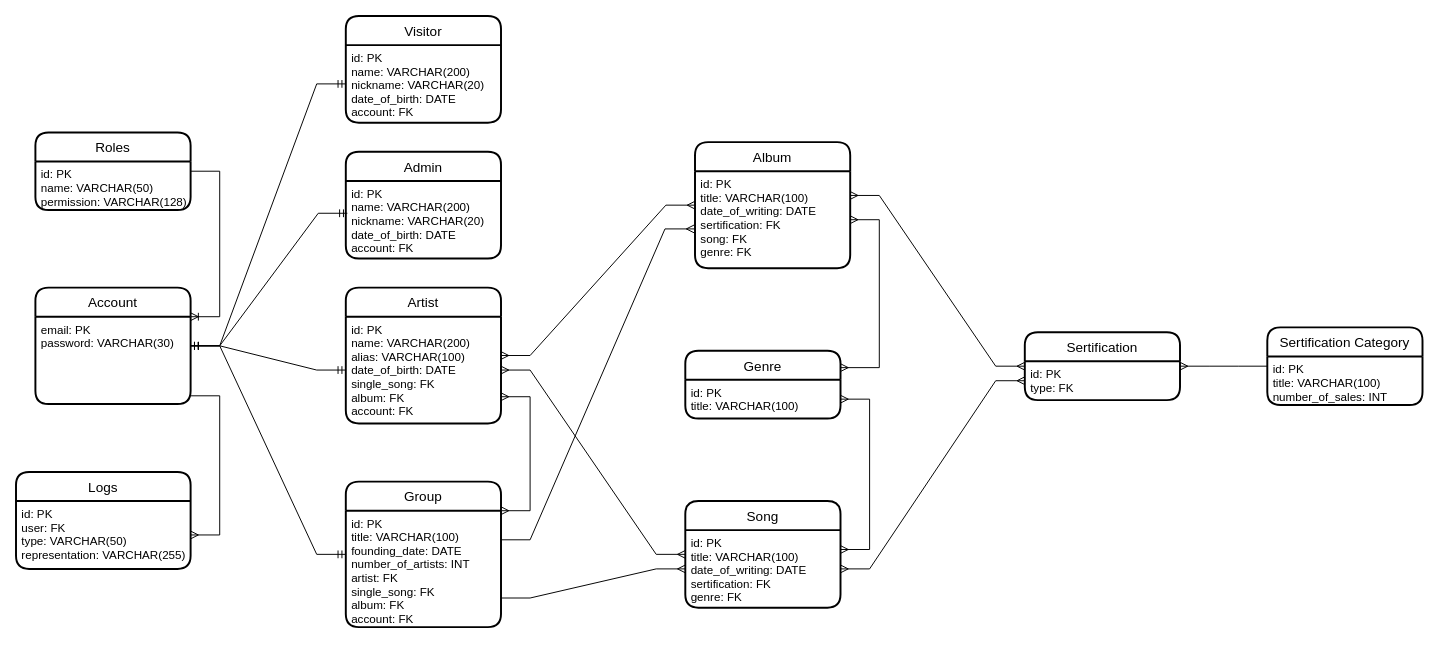
Earlier version of the draw.io diagram SchemeDB.drawio (whiteicq/DB-Labs-2022). Source tidied: cells renumbered, new cells numbered last; positions are measured from the earlier drawing's top-left corner, leaving out a move shared by most shapes. Both pictures are drawn from the tidied source at 97%, with x=0, y=0 at pixel (16, 16).
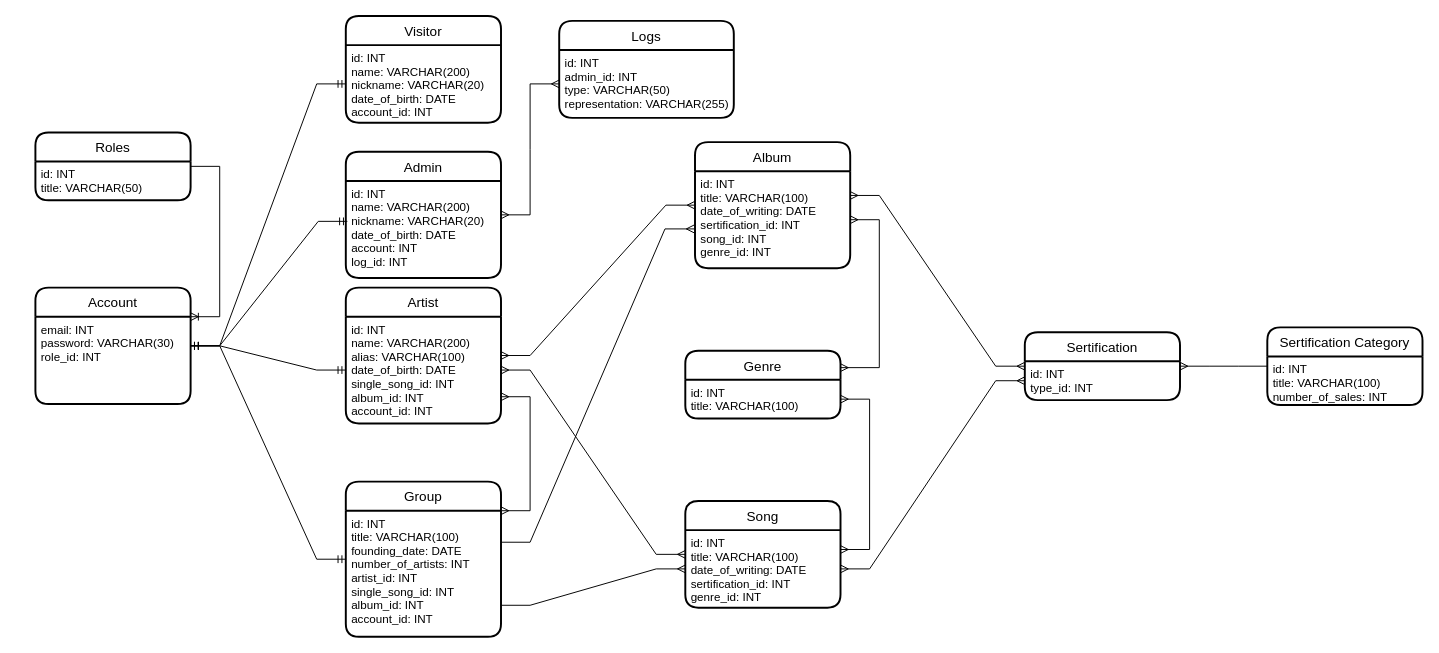
After the change.

Unchanged cells that the change refers to:
```xml
<mxCell id="2" value="Visitor" style="swimlane;horizontal=1;startSize=30;rounded=1;fontSize=14;fontStyle=0;strokeWidth=2;shadow=0;dashed=0;align=center;" parent="1" vertex="1">
  <mxGeometry x="340" width="160" height="110" as="geometry" />
</mxCell>
<mxCell id="4" value="Artist" style="swimlane;horizontal=1;startSize=30;rounded=1;fontSize=14;fontStyle=0;strokeWidth=2;shadow=0;dashed=0;align=center;" parent="1" vertex="1">
  <mxGeometry x="340" y="280" width="160" height="140" as="geometry" />
</mxCell>
<mxCell id="10" value="Album" style="swimlane;horizontal=1;startSize=30;rounded=1;fontSize=14;fontStyle=0;strokeWidth=2;shadow=0;dashed=0;align=center;" parent="1" vertex="1">
  <mxGeometry x="700" y="130" width="160" height="130" as="geometry" />
</mxCell>
<mxCell id="12" value="Song" style="swimlane;horizontal=1;startSize=30;rounded=1;fontSize=14;fontStyle=0;strokeWidth=2;shadow=0;dashed=0;align=center;" parent="1" vertex="1">
  <mxGeometry x="690" y="500" width="160" height="110" as="geometry" />
</mxCell>
<mxCell id="14" value="Genre" style="swimlane;horizontal=1;startSize=30;rounded=1;fontSize=14;fontStyle=0;strokeWidth=2;shadow=0;dashed=0;align=center;" parent="1" vertex="1">
  <mxGeometry x="690" y="345" width="160" height="70" as="geometry" />
</mxCell>
<mxCell id="16" value="Sertification" style="swimlane;horizontal=1;startSize=30;rounded=1;fontSize=14;fontStyle=0;strokeWidth=2;shadow=0;dashed=0;align=center;" parent="1" vertex="1">
  <mxGeometry x="1040" y="326" width="160" height="70" as="geometry" />
</mxCell>
<mxCell id="18" value="Sertification Category" style="swimlane;horizontal=1;startSize=30;rounded=1;fontSize=14;fontStyle=0;strokeWidth=2;shadow=0;dashed=0;align=center;" parent="1" vertex="1">
  <mxGeometry x="1290" y="321" width="160" height="80" as="geometry" />
</mxCell>
<mxCell id="30" value="Account" style="swimlane;horizontal=1;startSize=30;rounded=1;fontSize=14;fontStyle=0;strokeWidth=2;shadow=0;dashed=0;align=center;" parent="1" vertex="1">
  <mxGeometry x="20" y="280" width="160" height="120" as="geometry" />
</mxCell>
```

Change to the diagram source:
```diff
@@
-    <mxCell id="3" value="id: PK&#10;name: VARCHAR(200)&#10;nickname: VARCHAR(20)&#10;date_of_birth: DATE&#10;account: FK" style="align=left;strokeColor=none;fillColor=none;spacingLeft=4;fontSize=12;verticalAlign=top;" parent="2" vertex="1">
+    <mxCell id="3" value="id: INT&#10;name: VARCHAR(200)&#10;nickname: VARCHAR(20)&#10;date_of_birth: DATE&#10;account_id: INT" style="align=left;strokeColor=none;fillColor=none;spacingLeft=4;fontSize=12;verticalAlign=top;" parent="2" vertex="1">
       <mxGeometry y="30" width="160" height="80" as="geometry" />
     </mxCell>
@@
-    <mxCell id="5" value="id: PK&#10;name: VARCHAR(200)&#10;alias: VARCHAR(100)&#10;date_of_birth: DATE&#10;single_song: FK&#10;album: FK&#10;account: FK" style="align=left;strokeColor=none;fillColor=none;spacingLeft=4;fontSize=12;verticalAlign=top;" parent="4" vertex="1">
+    <mxCell id="5" value="id: INT&#10;name: VARCHAR(200)&#10;alias: VARCHAR(100)&#10;date_of_birth: DATE&#10;single_song_id: INT&#10;album_id: INT&#10;account_id: INT" style="align=left;strokeColor=none;fillColor=none;spacingLeft=4;fontSize=12;verticalAlign=top;" parent="4" vertex="1">
       <mxGeometry y="30" width="160" height="110" as="geometry" />
     </mxCell>
     <mxCell id="6" value="Group" style="swimlane;horizontal=1;startSize=30;rounded=1;fontSize=14;fontStyle=0;strokeWidth=2;shadow=0;dashed=0;align=center;" parent="1" vertex="1">
-      <mxGeometry x="340" y="480" width="160" height="150" as="geometry" />
+      <mxGeometry x="340" y="480" width="160" height="160" as="geometry" />
     </mxCell>
-    <mxCell id="7" value="id: PK&#10;title: VARCHAR(100)&#10;founding_date: DATE&#10;number_of_artists: INT&#10;artist: FK&#10;single_song: FK&#10;album: FK&#10;account: FK&#10;" style="align=left;strokeColor=none;fillColor=none;spacingLeft=4;fontSize=12;verticalAlign=top;" parent="6" vertex="1">
-      <mxGeometry y="30" width="160" height="120" as="geometry" />
+    <mxCell id="7" value="id: INT&#10;title: VARCHAR(100)&#10;founding_date: DATE&#10;number_of_artists: INT&#10;artist_id: INT&#10;single_song_id: INT&#10;album_id: INT&#10;account_id: INT&#10;" style="align=left;strokeColor=none;fillColor=none;spacingLeft=4;fontSize=12;verticalAlign=top;" parent="6" vertex="1">
+      <mxGeometry y="30" width="160" height="130" as="geometry" />
     </mxCell>
     <mxCell id="8" value="Admin" style="swimlane;horizontal=1;startSize=30;rounded=1;fontSize=14;fontStyle=0;strokeWidth=2;shadow=0;dashed=0;align=center;" parent="1" vertex="1">
-      <mxGeometry x="340" y="140" width="160" height="110" as="geometry" />
+      <mxGeometry x="340" y="140" width="160" height="130" as="geometry" />
     </mxCell>
-    <mxCell id="9" value="id: PK&#10;name: VARCHAR(200)&#10;nickname: VARCHAR(20)&#10;date_of_birth: DATE&#10;account: FK&#10;" style="align=left;strokeColor=none;fillColor=none;spacingLeft=4;fontSize=12;verticalAlign=top;" parent="8" vertex="1">
-      <mxGeometry y="30" width="160" height="80" as="geometry" />
+    <mxCell id="9" value="id: INT&#10;name: VARCHAR(200)&#10;nickname: VARCHAR(20)&#10;date_of_birth: DATE&#10;account: INT&#10;log_id: INT&#10;" style="align=left;strokeColor=none;fillColor=none;spacingLeft=4;fontSize=12;verticalAlign=top;" parent="8" vertex="1">
+      <mxGeometry y="30" width="160" height="100" as="geometry" />
     </mxCell>
@@
-    <mxCell id="11" value="id: PK&#10;title: VARCHAR(100)&#10;date_of_writing: DATE&#10;sertification: FK&#10;song: FK&#10;genre: FK" style="align=left;strokeColor=none;fillColor=none;spacingLeft=4;fontSize=12;verticalAlign=top;" parent="10" vertex="1">
+    <mxCell id="11" value="id: INT&#10;title: VARCHAR(100)&#10;date_of_writing: DATE&#10;sertification_id: INT&#10;song_id: INT&#10;genre_id: INT" style="align=left;strokeColor=none;fillColor=none;spacingLeft=4;fontSize=12;verticalAlign=top;" parent="10" vertex="1">
       <mxGeometry y="30" width="160" height="100" as="geometry" />
     </mxCell>
@@
-    <mxCell id="13" value="id: PK&#10;title: VARCHAR(100)&#10;date_of_writing: DATE&#10;sertification: FK&#10;genre: FK" style="align=left;strokeColor=none;fillColor=none;spacingLeft=4;fontSize=12;verticalAlign=top;" parent="12" vertex="1">
+    <mxCell id="13" value="id: INT&#10;title: VARCHAR(100)&#10;date_of_writing: DATE&#10;sertification_id: INT&#10;genre_id: INT" style="align=left;strokeColor=none;fillColor=none;spacingLeft=4;fontSize=12;verticalAlign=top;" parent="12" vertex="1">
       <mxGeometry y="30" width="160" height="80" as="geometry" />
     </mxCell>
@@
-    <mxCell id="15" value="id: PK&#10;title: VARCHAR(100)" style="align=left;strokeColor=none;fillColor=none;spacingLeft=4;fontSize=12;verticalAlign=top;" parent="14" vertex="1">
+    <mxCell id="15" value="id: INT&#10;title: VARCHAR(100)" style="align=left;strokeColor=none;fillColor=none;spacingLeft=4;fontSize=12;verticalAlign=top;" parent="14" vertex="1">
       <mxGeometry y="30" width="160" height="40" as="geometry" />
     </mxCell>
@@
-    <mxCell id="17" value="id: PK&#10;type: FK" style="align=left;strokeColor=none;fillColor=none;spacingLeft=4;fontSize=12;verticalAlign=top;" parent="16" vertex="1">
+    <mxCell id="17" value="id: INT&#10;type_id: INT" style="align=left;strokeColor=none;fillColor=none;spacingLeft=4;fontSize=12;verticalAlign=top;" parent="16" vertex="1">
       <mxGeometry y="30" width="160" height="40" as="geometry" />
     </mxCell>
@@
-    <mxCell id="19" value="id: PK&#10;title: VARCHAR(100)&#10;number_of_sales: INT" style="align=left;strokeColor=none;fillColor=none;spacingLeft=4;fontSize=12;verticalAlign=top;" parent="18" vertex="1">
+    <mxCell id="19" value="id: INT&#10;title: VARCHAR(100)&#10;number_of_sales: INT" style="align=left;strokeColor=none;fillColor=none;spacingLeft=4;fontSize=12;verticalAlign=top;" parent="18" vertex="1">
       <mxGeometry y="30" width="160" height="50" as="geometry" />
     </mxCell>
     <mxCell id="20" value="Roles" style="swimlane;horizontal=1;startSize=30;rounded=1;fontSize=14;fontStyle=0;strokeWidth=2;shadow=0;dashed=0;align=center;" parent="1" vertex="1">
-      <mxGeometry x="20" y="120" width="160" height="80" as="geometry" />
+      <mxGeometry x="20" y="120" width="160" height="70" as="geometry" />
     </mxCell>
-    <mxCell id="21" value="id: PK&#10;name: VARCHAR(50)&#10;permission: VARCHAR(128)&#10;" style="align=left;strokeColor=none;fillColor=none;spacingLeft=4;fontSize=12;verticalAlign=top;" parent="20" vertex="1">
-      <mxGeometry y="30" width="160" height="50" as="geometry" />
+    <mxCell id="21" value="id: INT&#10;title: VARCHAR(50)&#10;" style="align=left;strokeColor=none;fillColor=none;spacingLeft=4;fontSize=12;verticalAlign=top;" parent="20" vertex="1">
+      <mxGeometry y="30" width="160" height="40" as="geometry" />
     </mxCell>
     <mxCell id="22" value="Logs" style="swimlane;horizontal=1;startSize=30;rounded=1;fontSize=14;fontStyle=0;strokeWidth=2;shadow=0;dashed=0;align=center;" parent="1" vertex="1">
-      <mxGeometry y="470" width="180" height="100" as="geometry" />
+      <mxGeometry x="560" y="5" width="180" height="100" as="geometry" />
     </mxCell>
-    <mxCell id="23" value="id: PK&#10;user: FK&#10;type: VARCHAR(50)&#10;representation: VARCHAR(255)" style="align=left;strokeColor=none;fillColor=none;spacingLeft=4;fontSize=12;verticalAlign=top;" parent="22" vertex="1">
+    <mxCell id="23" value="id: INT&#10;admin_id: INT&#10;type: VARCHAR(50)&#10;representation: VARCHAR(255)" style="align=left;strokeColor=none;fillColor=none;spacingLeft=4;fontSize=12;verticalAlign=top;" parent="22" vertex="1">
       <mxGeometry y="30" width="180" height="70" as="geometry" />
     </mxCell>
@@
-    <mxCell id="31" value="email: PK&#10;password: VARCHAR(30)" style="align=left;strokeColor=none;fillColor=none;spacingLeft=4;fontSize=12;verticalAlign=top;" parent="30" vertex="1">
+    <mxCell id="31" value="email: INT&#10;password: VARCHAR(30)&#10;role_id: INT" style="align=left;strokeColor=none;fillColor=none;spacingLeft=4;fontSize=12;verticalAlign=top;" parent="30" vertex="1">
       <mxGeometry y="30" width="160" height="90" as="geometry" />
     </mxCell>
@@
-    <mxCell id="35" style="edgeStyle=entityRelationEdgeStyle;fontSize=12;html=1;endArrow=ERmany;rounded=0;exitX=1;exitY=0.906;exitDx=0;exitDy=0;exitPerimeter=0;" parent="1" edge="1" source="31" target="23">
-      <mxGeometry relative="1" as="geometry" />
-    </mxCell>
@@
+    <mxCell id="42" style="edgeStyle=entityRelationEdgeStyle;fontSize=12;html=1;endArrow=ERmany;startArrow=ERmany;rounded=0;" parent="1" edge="1" source="8" target="23">
+      <mxGeometry relative="1" as="geometry" />
+    </mxCell>
```
